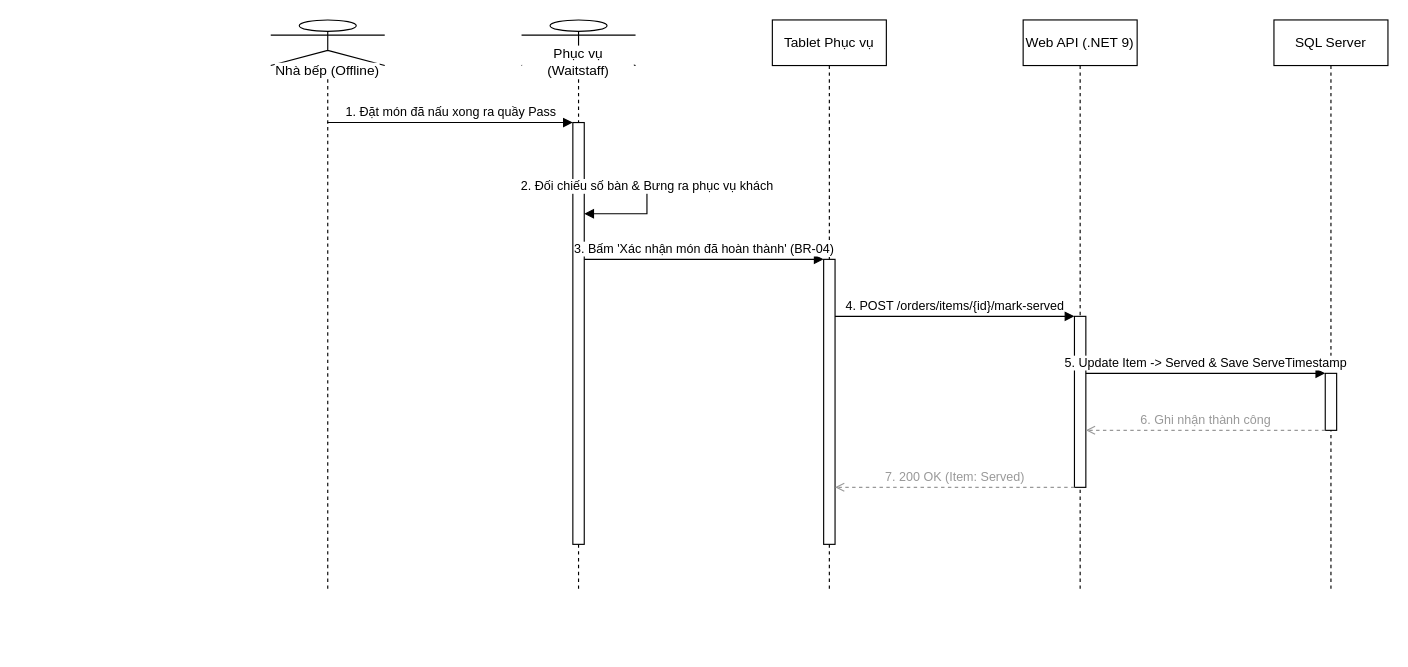
Above: docs/phase1/drawio/sd03_serving_confirmation.drawio in AndrewQng/VinDining (draw.io), before the change. Source tidied: cells renumbered, new cells numbered last; positions are measured from the earlier drawing's top-left corner, leaving out a move shared by most shapes. Both pictures are drawn from the tidied source at 114%, with x=0, y=0 at pixel (270, 19).
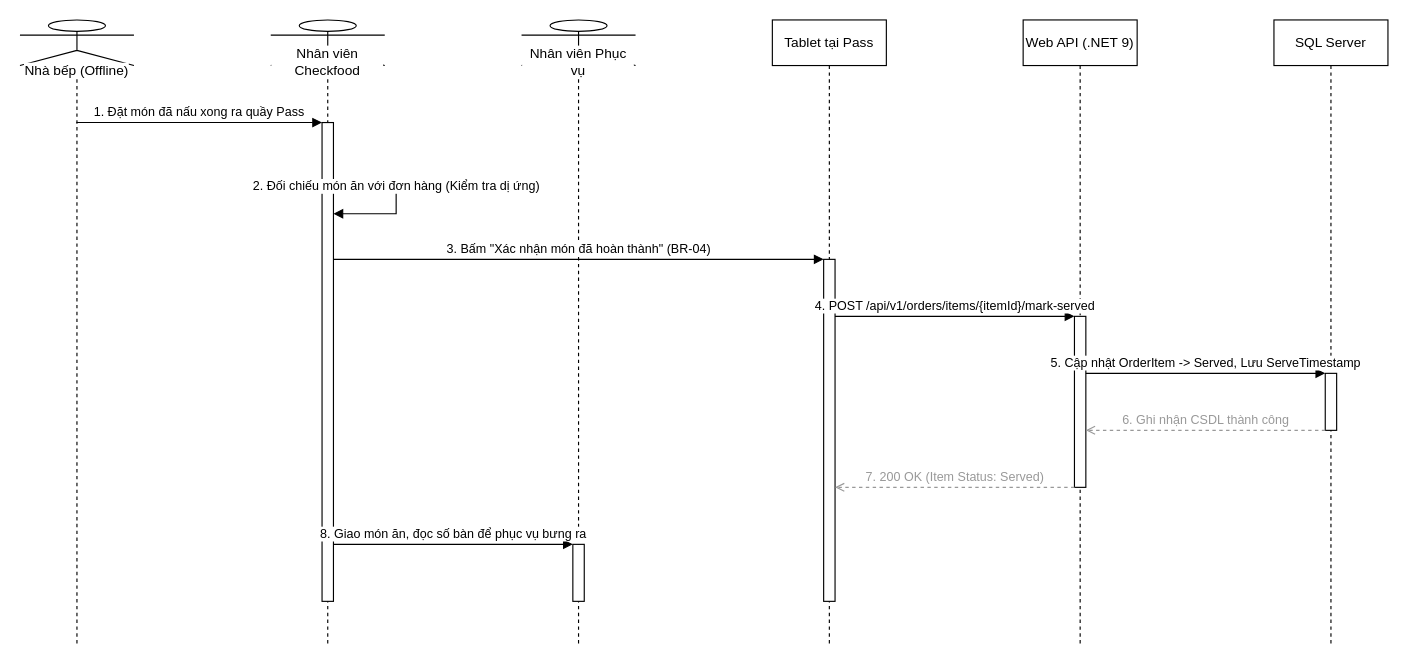
The same diagram, later.

Unchanged cells that the change refers to:
```xml
<mxCell id="7" style="html=1;points=[];perimeter=orthogonalPerimeter;outlineConnect=0;fillColor=#ffffff;" parent="6" vertex="1">
  <mxGeometry x="45" y="310" width="10" height="50" as="geometry" />
</mxCell>
<mxCell id="8" style="html=1;points=[];perimeter=orthogonalPerimeter;outlineConnect=0;fillColor=#ffffff;" parent="5" vertex="1">
  <mxGeometry x="45" y="260" width="10" height="150" as="geometry" />
</mxCell>
```

What changed in the source:
```diff
@@
     <mxCell id="2" value="Nhà bếp (Offline)" style="shape=umlLifeline;perimeter=lifelinePerimeter;whiteSpace=wrap;html=1;outlineConnect=0;portConstraint=eastwest;size=40;participant=umlActor;verticalAlign=bottom;spacingBottom=-14;labelBackgroundColor=#ffffff;" parent="1" vertex="1">
-      <mxGeometry width="100" height="500" as="geometry" />
+      <mxGeometry x="-220" width="100" height="550" as="geometry" />
     </mxCell>
+    <mxCell id="18" value="Nhân viên Checkfood" style="shape=umlLifeline;perimeter=lifelinePerimeter;whiteSpace=wrap;html=1;size=40;participant=umlActor;verticalAlign=bottom;spacingBottom=-14;labelBackgroundColor=#ffffff;" parent="1" vertex="1">
+      <mxGeometry width="100" height="550" as="geometry" />
+    </mxCell>
-    <mxCell id="3" value="Phục vụ (Waitstaff)" style="shape=umlLifeline;perimeter=lifelinePerimeter;whiteSpace=wrap;html=1;size=40;participant=umlActor;verticalAlign=bottom;spacingBottom=-14;labelBackgroundColor=#ffffff;" parent="1" vertex="1">
-      <mxGeometry x="220" width="100" height="500" as="geometry" />
+    <mxCell id="3" value="Nhân viên Phục vụ" style="shape=umlLifeline;perimeter=lifelinePerimeter;whiteSpace=wrap;html=1;size=40;participant=umlActor;verticalAlign=bottom;spacingBottom=-14;labelBackgroundColor=#ffffff;" parent="1" vertex="1">
+      <mxGeometry x="220" width="100" height="550" as="geometry" />
     </mxCell>
-    <mxCell id="4" value="Tablet Phục vụ" style="shape=umlLifeline;perimeter=lifelinePerimeter;whiteSpace=wrap;html=1;size=40;" parent="1" vertex="1">
-      <mxGeometry x="440" width="100" height="500" as="geometry" />
+    <mxCell id="4" value="Tablet tại Pass" style="shape=umlLifeline;perimeter=lifelinePerimeter;whiteSpace=wrap;html=1;size=40;" parent="1" vertex="1">
+      <mxGeometry x="440" width="100" height="550" as="geometry" />
     </mxCell>
     <mxCell id="5" value="Web API (.NET 9)" style="shape=umlLifeline;perimeter=lifelinePerimeter;whiteSpace=wrap;html=1;size=40;" parent="1" vertex="1">
-      <mxGeometry x="660" width="100" height="500" as="geometry" />
+      <mxGeometry x="660" width="100" height="550" as="geometry" />
     </mxCell>
     <mxCell id="6" value="SQL Server" style="shape=umlLifeline;perimeter=lifelinePerimeter;whiteSpace=wrap;html=1;size=40;" parent="1" vertex="1">
-      <mxGeometry x="880" width="100" height="500" as="geometry" />
+      <mxGeometry x="880" width="100" height="550" as="geometry" />
     </mxCell>
@@
-    <mxCell id="9" style="html=1;points=[];perimeter=orthogonalPerimeter;outlineConnect=0;fillColor=#ffffff;" parent="3" vertex="1">
-      <mxGeometry x="45" y="90" width="10" height="370" as="geometry" />
+    <mxCell id="9" style="html=1;points=[];perimeter=orthogonalPerimeter;outlineConnect=0;fillColor=#ffffff;" parent="18" vertex="1">
+      <mxGeometry x="45" y="90" width="10" height="420" as="geometry" />
     </mxCell>
     <mxCell id="10" style="html=1;points=[];perimeter=orthogonalPerimeter;outlineConnect=0;fillColor=#ffffff;" parent="4" vertex="1">
-      <mxGeometry x="45" y="210" width="10" height="250" as="geometry" />
+      <mxGeometry x="45" y="210" width="10" height="300" as="geometry" />
     </mxCell>
+    <mxCell id="19" style="html=1;points=[];perimeter=orthogonalPerimeter;outlineConnect=0;fillColor=#ffffff;" parent="3" vertex="1">
+      <mxGeometry x="45" y="460" width="10" height="50" as="geometry" />
+    </mxCell>
-    <mxCell id="11" value="1. Đặt món đã nấu xong ra quầy Pass" style="html=1;verticalAlign=bottom;endArrow=block;curved=0;rounded=0;exitX=0.5;exitY=0.18;entryX=0;entryY=0.0;" parent="1" edge="1" source="2" target="9">
+    <mxCell id="11" value="1. Đặt món đã nấu xong ra quầy Pass" style="html=1;verticalAlign=bottom;endArrow=block;curved=0;rounded=0;exitX=0.5;exitY=0.1636;entryX=0;entryY=0.0;" parent="1" edge="1" source="2" target="9">
       <mxGeometry relative="1" as="geometry" />
     </mxCell>
-    <mxCell id="12" value="2. Đối chiếu số bàn &amp; Bưng ra phục vụ khách" style="html=1;verticalAlign=bottom;endArrow=block;curved=0;rounded=0;exitX=1;exitY=0.1351;entryX=1;entryY=0.2162;" parent="1" edge="1" source="9" target="9">
+    <mxCell id="12" value="2. Đối chiếu món ăn với đơn hàng (Kiểm tra dị ứng)" style="html=1;verticalAlign=bottom;endArrow=block;curved=0;rounded=0;exitX=1;exitY=0.119;entryX=1;entryY=0.1905;" parent="1" edge="1" source="9" target="9">
       <mxGeometry relative="1" as="geometry">
         <Array as="points">
-          <mxPoint x="330" y="140" />
-          <mxPoint x="330" y="170" />
+          <mxPoint x="110" y="140" />
+          <mxPoint x="110" y="170" />
         </Array>
       </mxGeometry>
     </mxCell>
-    <mxCell id="13" value="3. Bấm 'Xác nhận món đã hoàn thành' (BR-04)" style="html=1;verticalAlign=bottom;endArrow=block;curved=0;rounded=0;exitX=1;exitY=0.3243;entryX=0;entryY=0.0;" parent="1" edge="1" source="9" target="10">
+    <mxCell id="13" value="3. Bấm &quot;Xác nhận món đã hoàn thành&quot; (BR-04)" style="html=1;verticalAlign=bottom;endArrow=block;curved=0;rounded=0;exitX=1;exitY=0.2857;entryX=0;entryY=0.0;" parent="1" edge="1" source="9" target="10">
       <mxGeometry relative="1" as="geometry" />
     </mxCell>
-    <mxCell id="14" value="4. POST /orders/items/{id}/mark-served" style="html=1;verticalAlign=bottom;endArrow=block;curved=0;rounded=0;exitX=1;exitY=0.2;entryX=0;entryY=0.0;" parent="1" edge="1" source="10" target="8">
+    <mxCell id="14" value="4. POST /api/v1/orders/items/{itemId}/mark-served" style="html=1;verticalAlign=bottom;endArrow=block;curved=0;rounded=0;exitX=1;exitY=0.1667;entryX=0;entryY=0.0;" parent="1" edge="1" source="10" target="8">
       <mxGeometry relative="1" as="geometry" />
     </mxCell>
-    <mxCell id="15" value="5. Update Item -&gt; Served &amp; Save ServeTimestamp" style="html=1;verticalAlign=bottom;endArrow=block;curved=0;rounded=0;exitX=1;exitY=0.3333;entryX=0;entryY=0.0;" parent="1" edge="1" source="8" target="7">
+    <mxCell id="15" value="5. Cập nhật OrderItem -&gt; Served, Lưu ServeTimestamp" style="html=1;verticalAlign=bottom;endArrow=block;curved=0;rounded=0;exitX=1;exitY=0.3333;entryX=0;entryY=0.0;" parent="1" edge="1" source="8" target="7">
       <mxGeometry relative="1" as="geometry" />
     </mxCell>
-    <mxCell id="16" value="6. Ghi nhận thành công" style="html=1;verticalAlign=bottom;endArrow=open;dashed=1;curved=0;rounded=0;strokeColor=#999999;fontColor=#999999;exitX=0;exitY=1.0;entryX=1;entryY=0.6667;" parent="1" edge="1" source="7" target="8">
+    <mxCell id="16" value="6. Ghi nhận CSDL thành công" style="html=1;verticalAlign=bottom;endArrow=open;dashed=1;curved=0;rounded=0;strokeColor=#999999;fontColor=#999999;exitX=0;exitY=1.0;entryX=1;entryY=0.6667;" parent="1" edge="1" source="7" target="8">
       <mxGeometry relative="1" as="geometry" />
     </mxCell>
-    <mxCell id="17" value="7. 200 OK (Item: Served)" style="html=1;verticalAlign=bottom;endArrow=open;dashed=1;curved=0;rounded=0;strokeColor=#999999;fontColor=#999999;exitX=0;exitY=1.0;entryX=1;entryY=0.8;" parent="1" edge="1" source="8" target="10">
+    <mxCell id="17" value="7. 200 OK (Item Status: Served)" style="html=1;verticalAlign=bottom;endArrow=open;dashed=1;curved=0;rounded=0;strokeColor=#999999;fontColor=#999999;exitX=0;exitY=1.0;entryX=1;entryY=0.6667;" parent="1" edge="1" source="8" target="10">
       <mxGeometry relative="1" as="geometry" />
     </mxCell>
+    <mxCell id="20" value="8. Giao món ăn, đọc số bàn để phục vụ bưng ra" style="html=1;verticalAlign=bottom;endArrow=block;curved=0;rounded=0;exitX=1;exitY=0.881;entryX=0;entryY=0.0;" parent="1" edge="1" source="9" target="19">
+      <mxGeometry relative="1" as="geometry" />
+    </mxCell>
```
